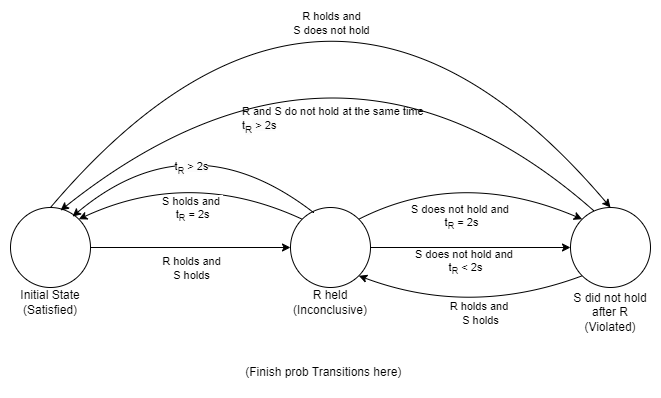
The draw.io diagram shared/src/automatons/properties/timed/probabilistic/UniversalityOfSAfterRWithinThreeSecondsProbabilisticProperty.drawio.png in PaulVogel96/Probabilistic-Monitoring, before a commit. Source tidied: cells renumbered, new cells last; positions are measured from the earlier drawing's top-left corner, leaving out a move shared by most shapes.
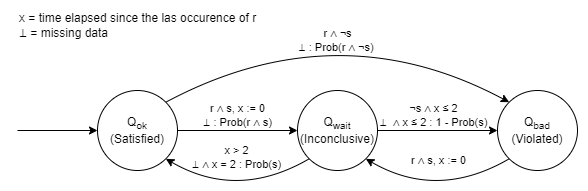
Later version of the same file.

Change to the diagram source:
```diff
@@ -3,112 +3,85 @@
     <mxCell id="0" />
     <mxCell id="1" parent="0" />
     <mxCell id="2" style="ellipse;whiteSpace=wrap;html=1;" parent="1" vertex="1">
-      <mxGeometry x="280" y="330" width="80" height="80" as="geometry" />
+      <mxGeometry x="200" y="330" width="80" height="80" as="geometry" />
     </mxCell>
-    <mxCell id="3" value="R held&lt;div&gt;&lt;div&gt;(Inconclusive)&lt;/div&gt;&lt;/div&gt;" style="text;html=1;align=center;verticalAlign=middle;whiteSpace=wrap;rounded=0;" parent="1" vertex="1">
-      <mxGeometry x="280" y="410" width="80" height="30" as="geometry" />
+    <mxCell id="3" value="&lt;div&gt;&lt;div&gt;Q&lt;sub&gt;wait&lt;/sub&gt;&lt;/div&gt;&lt;div&gt;(Inconclusive)&lt;/div&gt;&lt;/div&gt;" style="text;html=1;align=center;verticalAlign=middle;whiteSpace=wrap;rounded=0;" parent="1" vertex="1">
+      <mxGeometry x="200" y="355" width="80" height="30" as="geometry" />
     </mxCell>
     <mxCell id="4" style="endArrow=classic;html=1;rounded=0;curved=1;exitX=1;exitY=0.5;exitDx=0;exitDy=0;entryX=0;entryY=0.5;entryDx=0;entryDy=0;" parent="1" edge="1" target="2">
       <mxGeometry relative="1" as="geometry">
         <mxPoint x="80" y="370" as="sourcePoint" />
       </mxGeometry>
     </mxCell>
-    <mxCell id="5" value="R holds and&lt;div&gt;S holds&lt;/div&gt;" style="edgeLabel;html=1;align=center;verticalAlign=middle;" parent="4" vertex="1">
-      <mxGeometry x="0.03" y="-1" relative="1" as="geometry">
-        <mxPoint x="-3" y="19" as="offset" />
-      </mxGeometry>
-    </mxCell>
+    <mxCell id="25" value="r&amp;nbsp;∧ s, x := 0&lt;div&gt;⊥ : Prob(r&amp;nbsp;∧ s)&lt;br&gt;&lt;/div&gt;" style="edgeLabel;html=1;align=center;verticalAlign=middle;" parent="4" vertex="1">
+      <mxGeometry x="-0.1" relative="1" as="geometry">
+        <mxPoint x="6" y="-15" as="offset" />
+      </mxGeometry>
+    </mxCell>
     <mxCell id="6" style="ellipse;whiteSpace=wrap;html=1;" parent="1" vertex="1">
       <mxGeometry y="330" width="80" height="80" as="geometry" />
     </mxCell>
-    <mxCell id="7" value="Initial State&lt;div&gt;(Satisfied)&lt;/div&gt;" style="text;html=1;align=center;verticalAlign=middle;whiteSpace=wrap;rounded=0;" parent="1" vertex="1">
-      <mxGeometry y="410" width="80" height="30" as="geometry" />
+    <mxCell id="7" value="Q&lt;sub&gt;ok&lt;/sub&gt;&lt;div&gt;(Satisfied)&lt;/div&gt;" style="text;html=1;align=center;verticalAlign=middle;whiteSpace=wrap;rounded=0;" parent="1" vertex="1">
+      <mxGeometry y="355" width="80" height="30" as="geometry" />
     </mxCell>
     <mxCell id="8" style="ellipse;whiteSpace=wrap;html=1;" parent="1" vertex="1">
-      <mxGeometry x="560" y="330" width="80" height="80" as="geometry" />
+      <mxGeometry x="400" y="330" width="80" height="80" as="geometry" />
     </mxCell>
     <mxCell id="9" style="endArrow=classic;html=1;rounded=0;exitX=1;exitY=0.5;exitDx=0;exitDy=0;" parent="1" edge="1" source="2" target="8">
       <mxGeometry relative="1" as="geometry" />
     </mxCell>
-    <mxCell id="10" value="S does not hold and&amp;nbsp;&lt;div&gt;t&lt;sub&gt;R&lt;/sub&gt; &amp;lt; 2s&lt;/div&gt;" style="edgeLabel;html=1;align=center;verticalAlign=middle;" parent="9" vertex="1">
-      <mxGeometry x="-0.06" y="3" relative="1" as="geometry">
-        <mxPoint y="17" as="offset" />
-      </mxGeometry>
-    </mxCell>
+    <mxCell id="26" value="¬s ∧ x&amp;nbsp;≤ 2&lt;br&gt;&lt;div&gt;⊥&amp;nbsp; ∧ x&amp;nbsp;≤ 2 : 1 - Prob(s)&lt;/div&gt;" style="edgeLabel;html=1;align=center;verticalAlign=middle;" parent="9" vertex="1">
+      <mxGeometry x="-0.13" y="3" relative="1" as="geometry">
+        <mxPoint x="4" y="-12" as="offset" />
+      </mxGeometry>
+    </mxCell>
-    <mxCell id="11" value="S did not hold after R&lt;div&gt;&lt;div&gt;(Violated)&lt;/div&gt;&lt;/div&gt;" style="text;html=1;align=center;verticalAlign=middle;whiteSpace=wrap;rounded=0;" parent="1" vertex="1">
-      <mxGeometry x="560" y="410" width="80" height="50" as="geometry" />
+    <mxCell id="11" value="&lt;div&gt;&lt;div&gt;Q&lt;sub&gt;bad&lt;/sub&gt;&lt;/div&gt;&lt;div&gt;(Violated)&lt;/div&gt;&lt;/div&gt;" style="text;html=1;align=center;verticalAlign=middle;whiteSpace=wrap;rounded=0;" parent="1" vertex="1">
+      <mxGeometry x="400" y="352.5" width="80" height="35" as="geometry" />
     </mxCell>
+    <mxCell id="27" style="endArrow=classic;html=1;rounded=0;" parent="1" edge="1">
+      <mxGeometry relative="1" as="geometry">
+        <mxPoint x="-80" y="370" as="sourcePoint" />
+        <mxPoint y="370" as="targetPoint" />
+      </mxGeometry>
+    </mxCell>
-    <mxCell id="12" style="endArrow=classic;html=1;rounded=0;exitX=0.5;exitY=0;exitDx=0;exitDy=0;entryX=0.5;entryY=0;entryDx=0;entryDy=0;curved=1;" parent="1" edge="1" source="6" target="8">
+    <mxCell id="12" style="endArrow=classic;html=1;rounded=0;exitX=1;exitY=0;exitDx=0;exitDy=0;entryX=0;entryY=0;entryDx=0;entryDy=0;curved=1;" parent="1" edge="1" source="6" target="8">
       <mxGeometry relative="1" as="geometry">
         <Array as="points">
-          <mxPoint x="320" />
+          <mxPoint x="240" y="250" />
         </Array>
       </mxGeometry>
     </mxCell>
-    <mxCell id="13" value="R holds and&lt;div&gt;S does not hold&lt;/div&gt;" style="edgeLabel;html=1;align=center;verticalAlign=middle;" parent="12" vertex="1">
-      <mxGeometry x="0.3" y="-100" relative="1" as="geometry">
-        <mxPoint x="-7" y="-18" as="offset" />
-      </mxGeometry>
-    </mxCell>
-    <mxCell id="14" style="endArrow=classic;html=1;rounded=0;exitX=1;exitY=0;exitDx=0;exitDy=0;entryX=0;entryY=0;entryDx=0;entryDy=0;curved=1;" parent="1" edge="1" source="2" target="8">
-      <mxGeometry relative="1" as="geometry">
-        <Array as="points">
-          <mxPoint x="450" y="290" />
-        </Array>
-      </mxGeometry>
-    </mxCell>
-    <mxCell id="15" value="S does not hold and&amp;nbsp;&lt;div&gt;t&lt;sub&gt;R&lt;/sub&gt;&amp;nbsp;= 2s&lt;/div&gt;" style="edgeLabel;html=1;align=center;verticalAlign=middle;" parent="14" vertex="1">
-      <mxGeometry x="-0.22" y="-19" relative="1" as="geometry">
-        <mxPoint x="7" y="25" as="offset" />
-      </mxGeometry>
-    </mxCell>
-    <mxCell id="16" style="endArrow=classic;html=1;rounded=0;exitX=0;exitY=0;exitDx=0;exitDy=0;entryX=1;entryY=0;entryDx=0;entryDy=0;curved=1;" parent="1" edge="1" source="2" target="6">
-      <mxGeometry relative="1" as="geometry">
-        <Array as="points">
-          <mxPoint x="180" y="290" />
-        </Array>
-      </mxGeometry>
-    </mxCell>
-    <mxCell id="17" value="&lt;span style=&quot;color: rgb(0, 0, 0); font-family: Helvetica; font-size: 11px; font-style: normal; font-variant-ligatures: normal; font-variant-caps: normal; font-weight: 400; letter-spacing: normal; orphans: 2; text-align: center; text-indent: 0px; text-transform: none; widows: 2; word-spacing: 0px; -webkit-text-stroke-width: 0px; white-space: nowrap; background-color: rgb(255, 255, 255); text-decoration-thickness: initial; text-decoration-style: initial; text-decoration-color: initial; display: inline !important; float: none;&quot;&gt;S holds and&amp;nbsp;&lt;/span&gt;&lt;div style=&quot;forced-color-adjust: none; color: rgb(0, 0, 0); font-family: Helvetica; font-size: 11px; font-style: normal; font-variant-ligatures: normal; font-variant-caps: normal; font-weight: 400; letter-spacing: normal; orphans: 2; text-align: center; text-indent: 0px; text-transform: none; widows: 2; word-spacing: 0px; -webkit-text-stroke-width: 0px; white-space: nowrap; text-decoration-thickness: initial; text-decoration-style: initial; text-decoration-color: initial;&quot;&gt;t&lt;sub style=&quot;forced-color-adjust: none;&quot;&gt;R&lt;/sub&gt;&amp;nbsp;= 2s&lt;/div&gt;" style="text;whiteSpace=wrap;html=1;" parent="1" vertex="1">
-      <mxGeometry x="150" y="310" width="130" height="50" as="geometry" />
-    </mxCell>
-    <mxCell id="18" style="endArrow=classic;html=1;rounded=0;exitX=0.288;exitY=0.063;exitDx=0;exitDy=0;exitPerimeter=0;entryX=0.775;entryY=0.113;entryDx=0;entryDy=0;entryPerimeter=0;curved=1;" parent="1" edge="1" source="2" target="6">
-      <mxGeometry relative="1" as="geometry">
-        <Array as="points">
-          <mxPoint x="180" y="240" />
-        </Array>
-      </mxGeometry>
-    </mxCell>
-    <mxCell id="19" value="&lt;span style=&quot;background-color: rgb(251, 251, 251);&quot;&gt;t&lt;/span&gt;&lt;sub style=&quot;background-color: rgb(251, 251, 251);&quot;&gt;R&lt;/sub&gt;&lt;span style=&quot;background-color: rgb(251, 251, 251);&quot;&gt;&amp;nbsp;&amp;gt; 2s&lt;/span&gt;" style="edgeLabel;html=1;align=center;verticalAlign=middle;" parent="18" vertex="1">
-      <mxGeometry x="-0.17" y="34" relative="1" as="geometry">
-        <mxPoint y="7" as="offset" />
-      </mxGeometry>
-    </mxCell>
-    <mxCell id="20" style="endArrow=classic;html=1;rounded=0;exitX=0.288;exitY=0.038;exitDx=0;exitDy=0;exitPerimeter=0;curved=1;" parent="1" edge="1" source="8">
-      <mxGeometry relative="1" as="geometry">
-        <mxPoint x="50" y="333" as="targetPoint" />
-        <Array as="points">
-          <mxPoint x="330" y="110" />
-        </Array>
-      </mxGeometry>
-    </mxCell>
-    <mxCell id="21" value="&lt;div style=&quot;text-align: center;&quot;&gt;&lt;span style=&quot;font-size: 11px; text-wrap: nowrap;&quot;&gt;R and S do not hold at the same time&lt;/span&gt;&lt;/div&gt;&lt;span style=&quot;forced-color-adjust: none; color: rgb(0, 0, 0); font-family: Helvetica; font-size: 11px; font-style: normal; font-variant-ligatures: normal; font-variant-caps: normal; font-weight: 400; letter-spacing: normal; orphans: 2; text-align: center; text-indent: 0px; text-transform: none; widows: 2; word-spacing: 0px; -webkit-text-stroke-width: 0px; white-space: nowrap; text-decoration-thickness: initial; text-decoration-style: initial; text-decoration-color: initial; background-color: rgb(251, 251, 251);&quot;&gt;t&lt;/span&gt;&lt;sub style=&quot;forced-color-adjust: none; color: rgb(0, 0, 0); font-family: Helvetica; font-style: normal; font-variant-ligatures: normal; font-variant-caps: normal; font-weight: 400; letter-spacing: normal; orphans: 2; text-align: center; text-indent: 0px; text-transform: none; widows: 2; word-spacing: 0px; -webkit-text-stroke-width: 0px; white-space: nowrap; text-decoration-thickness: initial; text-decoration-style: initial; text-decoration-color: initial; background-color: rgb(251, 251, 251);&quot;&gt;R&lt;/sub&gt;&lt;span style=&quot;forced-color-adjust: none; color: rgb(0, 0, 0); font-family: Helvetica; font-size: 11px; font-style: normal; font-variant-ligatures: normal; font-variant-caps: normal; font-weight: 400; letter-spacing: normal; orphans: 2; text-align: center; text-indent: 0px; text-transform: none; widows: 2; word-spacing: 0px; -webkit-text-stroke-width: 0px; white-space: nowrap; text-decoration-thickness: initial; text-decoration-style: initial; text-decoration-color: initial; background-color: rgb(251, 251, 251);&quot;&gt;&amp;nbsp;&amp;gt; 2s&lt;/span&gt;" style="text;whiteSpace=wrap;html=1;" parent="1" vertex="1">
-      <mxGeometry x="230" y="220" width="70" height="40" as="geometry" />
-    </mxCell>
+    <mxCell id="28" value="r&amp;nbsp;∧ ¬s&lt;div&gt;⊥ : Prob(r&amp;nbsp;∧ ¬s)&amp;nbsp;&lt;br&gt;&lt;/div&gt;" style="edgeLabel;html=1;align=center;verticalAlign=middle;" parent="12" vertex="1">
+      <mxGeometry x="0.12" y="-35" relative="1" as="geometry">
+        <mxPoint x="-4" y="-12" as="offset" />
+      </mxGeometry>
+    </mxCell>
+    <mxCell id="29" style="endArrow=classic;html=1;rounded=0;exitX=0;exitY=1;exitDx=0;exitDy=0;entryX=1;entryY=1;entryDx=0;entryDy=0;curved=1;" parent="1" edge="1" source="2" target="6">
+      <mxGeometry relative="1" as="geometry">
+        <Array as="points">
+          <mxPoint x="140" y="440" />
+        </Array>
+      </mxGeometry>
+    </mxCell>
+    <mxCell id="30" value="x &amp;gt; 2&lt;div&gt;⊥&amp;nbsp;∧ x = 2 : Prob(s)&lt;br&gt;&lt;/div&gt;" style="edgeLabel;html=1;align=center;verticalAlign=middle;" parent="29" vertex="1">
+      <mxGeometry x="0.15" y="-16" relative="1" as="geometry">
+        <mxPoint x="1" y="-23" as="offset" />
+      </mxGeometry>
+    </mxCell>
     <mxCell id="22" style="endArrow=classic;html=1;rounded=0;exitX=0;exitY=1;exitDx=0;exitDy=0;entryX=1;entryY=1;entryDx=0;entryDy=0;curved=1;" parent="1" edge="1" source="8" target="2">
       <mxGeometry relative="1" as="geometry">
         <Array as="points">
-          <mxPoint x="460" y="440" />
+          <mxPoint x="340" y="440" />
         </Array>
       </mxGeometry>
     </mxCell>
-    <mxCell id="23" value="R holds and&amp;nbsp;&lt;div&gt;S holds&lt;/div&gt;" style="edgeLabel;html=1;align=center;verticalAlign=middle;" parent="22" vertex="1">
-      <mxGeometry x="-0.12" y="-19" relative="1" as="geometry">
-        <mxPoint x="3" y="18" as="offset" />
-      </mxGeometry>
-    </mxCell>
-    <mxCell id="24" value="(Finish prob Transitions here)&amp;nbsp;" style="text;html=1;align=center;verticalAlign=middle;whiteSpace=wrap;rounded=0;" parent="1" vertex="1">
-      <mxGeometry x="200" y="480" width="230" height="30" as="geometry" />
-    </mxCell>
+    <mxCell id="31" value="r&amp;nbsp;∧ s, x := 0" style="edgeLabel;html=1;align=center;verticalAlign=middle;" parent="22" vertex="1">
+      <mxGeometry x="-0.13" y="-16" relative="1" as="geometry">
+        <mxPoint y="-21" as="offset" />
+      </mxGeometry>
+    </mxCell>
+    <mxCell id="32" value="x = time elapsed since the las occurence of r&lt;div&gt;⊥ = missing data&lt;br&gt;&lt;/div&gt;" style="text;html=1;align=left;verticalAlign=middle;whiteSpace=wrap;rounded=0;" parent="1" vertex="1">
+      <mxGeometry x="-80" y="250" width="260" height="30" as="geometry" />
+    </mxCell>
   </root>
 </mxGraphModel>
```
